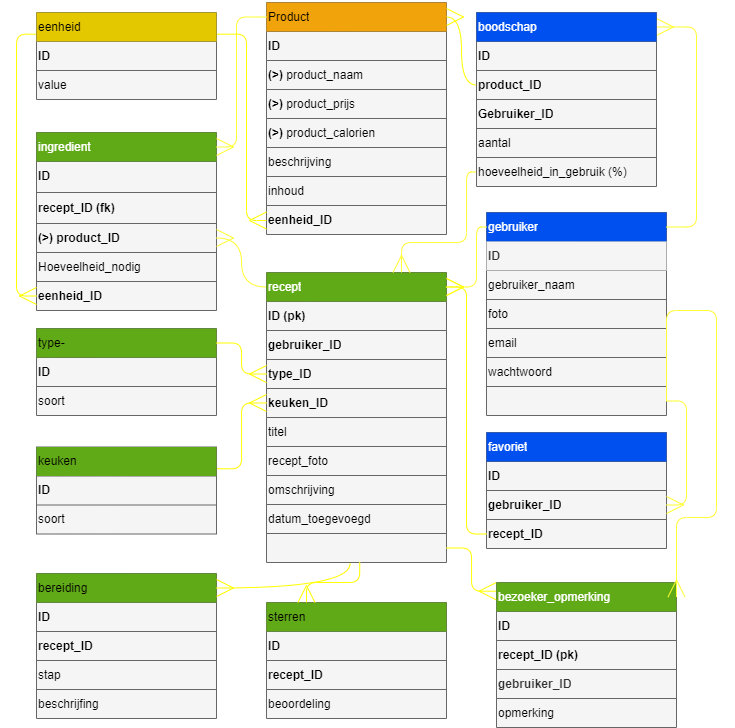
Above: erdcopy.drawio.png in Brian-Boersen/educom-verrukkulluk-1678802972 (draw.io), before the change. Source tidied: cells renumbered, new cells last; positions are measured from the earlier drawing's top-left corner, leaving out a move shared by most shapes.
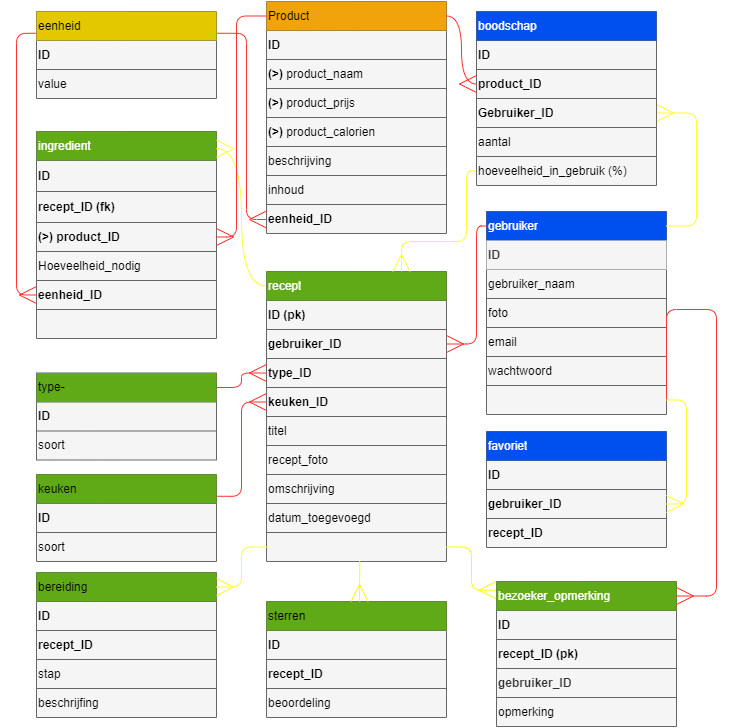
Above is the later version.

Commit message:
color change of erd

Change to the diagram source:
```diff
@@ -99,7 +99,7 @@
       <mxGeometry width="180" height="29" as="geometry" />
     </mxCell>
     <mxCell id="34" style="shape=table;startSize=0;fillColor=#f5f5f5;fontColor=#000000;strokeColor=#666666;align=left;fontStyle=0;" parent="1" vertex="1">
-      <mxGeometry x="20" y="130" width="180" height="178" as="geometry" />
+      <mxGeometry x="20" y="130" width="180" height="207" as="geometry" />
     </mxCell>
     <mxCell id="35" style="shape=tableRow;horizontal=0;startSize=0;swimlaneHead=0;swimlaneBody=0;top=0;left=0;bottom=0;right=0;fillColor=none;points=[[0,0.5],[1,0.5]];portConstraint=eastwest;fontColor=#000000;align=left;" parent="34" vertex="1">
       <mxGeometry width="180" height="29" as="geometry" />
@@ -137,6 +137,12 @@
     <mxCell id="46" value="eenheid_ID" style="shape=partialRectangle;html=1;whiteSpace=wrap;overflow=hidden;fillColor=none;top=0;left=0;bottom=0;right=0;fontColor=#000000;align=left;fontStyle=1;" parent="45" vertex="1">
       <mxGeometry width="180" height="29" as="geometry" />
     </mxCell>
+    <mxCell id="160" style="shape=tableRow;horizontal=0;startSize=0;swimlaneHead=0;swimlaneBody=0;top=0;left=0;bottom=0;right=0;fillColor=none;fontColor=#000000;align=left;" parent="34" vertex="1">
+      <mxGeometry y="178" width="180" height="29" as="geometry" />
+    </mxCell>
+    <mxCell id="161" style="shape=partialRectangle;html=1;whiteSpace=wrap;overflow=hidden;fillColor=none;top=0;left=0;bottom=0;right=0;fontColor=#000000;align=left;fontStyle=1;" parent="160" vertex="1">
+      <mxGeometry width="180" height="29" as="geometry" />
+    </mxCell>
     <mxCell id="47" style="shape=table;startSize=0;fillColor=#f5f5f5;fontColor=#000000;strokeColor=#666666;align=left;" parent="1" vertex="1">
       <mxGeometry x="250" width="180" height="232" as="geometry" />
     </mxCell>
@@ -233,7 +239,7 @@
     <mxCell id="78" style="shape=partialRectangle;html=1;whiteSpace=wrap;overflow=hidden;fillColor=none;top=0;left=0;bottom=0;right=0;fontColor=#000000;align=left;" parent="77" vertex="1">
       <mxGeometry width="180" height="29" as="geometry" />
     </mxCell>
-    <mxCell id="79" style="html=1;exitX=1;exitY=0.5;exitDx=0;exitDy=0;endArrow=ERmany;endFill=0;endSize=15;strokeColor=#FFFF33;shadow=0;edgeStyle=elbowEdgeStyle;" parent="1" edge="1" source="65" target="83">
+    <mxCell id="79" style="html=1;exitX=1;exitY=0.5;exitDx=0;exitDy=0;endArrow=ERmany;endFill=0;endSize=15;strokeColor=#FFFF33;shadow=0;edgeStyle=elbowEdgeStyle;entryX=1;entryY=0.5;entryDx=0;entryDy=0;" parent="1" edge="1" source="65" target="89">
       <mxGeometry relative="1" as="geometry">
         <Array as="points">
           <mxPoint x="680" y="130" />
@@ -249,9 +255,6 @@
         </Array>
       </mxGeometry>
     </mxCell>
-    <mxCell id="81" style="edgeStyle=orthogonalEdgeStyle;html=1;exitX=0;exitY=0.5;exitDx=0;exitDy=0;strokeColor=#FFFF00;endArrow=ERmany;endFill=0;endSize=15;entryX=1;entryY=0.5;entryDx=0;entryDy=0;curved=1;" parent="1" edge="1" source="87" target="48">
-      <mxGeometry relative="1" as="geometry" />
-    </mxCell>
     <mxCell id="82" style="shape=table;startSize=0;fillColor=#f5f5f5;fontColor=#000000;strokeColor=#666666;align=left;" parent="1" vertex="1">
       <mxGeometry x="460" y="10" width="180" height="174" as="geometry" />
     </mxCell>
@@ -291,35 +294,34 @@
     <mxCell id="94" value="hoeveelheid_in_gebruik (%)&amp;nbsp;" style="shape=partialRectangle;html=1;whiteSpace=wrap;overflow=hidden;fillColor=none;top=0;left=0;bottom=0;right=0;fontColor=#000000;align=left;" parent="93" vertex="1">
       <mxGeometry width="180" height="29" as="geometry" />
     </mxCell>
-    <mxCell id="95" style="edgeStyle=orthogonalEdgeStyle;html=1;shadow=0;strokeColor=#FFFF33;fontColor=#000000;endArrow=ERmany;endFill=0;endSize=15;entryX=1;entryY=0.5;entryDx=0;entryDy=0;curved=1;exitX=0;exitY=0.5;exitDx=0;exitDy=0;" parent="1" edge="1" source="3" target="41">
+    <mxCell id="95" style="edgeStyle=orthogonalEdgeStyle;html=1;shadow=0;strokeColor=#FFFF33;fontColor=#000000;endArrow=ERmany;endFill=0;endSize=15;entryX=1;entryY=0.083;entryDx=0;entryDy=0;curved=1;exitX=0;exitY=0.5;exitDx=0;exitDy=0;entryPerimeter=0;" parent="1" edge="1" source="3" target="34">
       <mxGeometry relative="1" as="geometry" />
     </mxCell>
-    <mxCell id="96" style="edgeStyle=orthogonalEdgeStyle;html=1;exitX=0;exitY=0.5;exitDx=0;exitDy=0;shadow=0;strokeColor=#FFFF33;fontColor=#000000;endArrow=ERmany;endFill=0;endSize=15;entryX=1;entryY=0.5;entryDx=0;entryDy=0;" parent="1" edge="1" source="65" target="3">
+    <mxCell id="96" style="edgeStyle=orthogonalEdgeStyle;html=1;exitX=0;exitY=0.5;exitDx=0;exitDy=0;shadow=0;strokeColor=#FF3333;fontColor=#000000;endArrow=ERmany;endFill=0;endSize=15;entryX=1;entryY=0.5;entryDx=0;entryDy=0;" parent="1" edge="1" source="65" target="7">
       <mxGeometry relative="1" as="geometry">
         <Array as="points">
-          <mxPoint x="460" y="224" />
-          <mxPoint x="460" y="284" />
+          <mxPoint x="460" y="225" />
+          <mxPoint x="460" y="343" />
         </Array>
       </mxGeometry>
     </mxCell>
-    <mxCell id="97" style="html=1;exitX=0;exitY=0.5;exitDx=0;exitDy=0;shadow=0;strokeColor=#FFFF33;fontColor=#000000;endArrow=ERmany;endFill=0;endSize=15;edgeStyle=orthogonalEdgeStyle;entryX=1;entryY=0.5;entryDx=0;entryDy=0;" parent="1" edge="1" source="48" target="35">
+    <mxCell id="97" style="html=1;exitX=0;exitY=0.5;exitDx=0;exitDy=0;shadow=0;strokeColor=#FF3333;fontColor=#000000;endArrow=ERmany;endFill=0;endSize=15;edgeStyle=orthogonalEdgeStyle;entryX=1;entryY=0.5;entryDx=0;entryDy=0;" parent="1" edge="1" source="48" target="41">
       <mxGeometry relative="1" as="geometry">
         <Array as="points">
-          <mxPoint x="220" y="14" />
-          <mxPoint x="220" y="144" />
+          <mxPoint x="220" y="15" />
+          <mxPoint x="220" y="236" />
         </Array>
       </mxGeometry>
     </mxCell>
     <mxCell id="98" style="edgeStyle=orthogonalEdgeStyle;html=1;exitX=0.373;exitY=1.01;exitDx=0;exitDy=0;entryX=0;entryY=0.5;entryDx=0;entryDy=0;shadow=0;strokeColor=#FFFF33;fontColor=#000000;endArrow=ERmany;endFill=0;endSize=15;exitPerimeter=0;" parent="1" edge="1" target="7">
       <mxGeometry relative="1" as="geometry" />
     </mxCell>
-    <mxCell id="99" style="html=1;shadow=0;strokeColor=#FFFF33;fontColor=#000000;endArrow=ERmany;endFill=0;endSize=15;edgeStyle=orthogonalEdgeStyle;entryX=1;entryY=0.5;entryDx=0;entryDy=0;exitX=1;exitY=0.5;exitDx=0;exitDy=0;" parent="1" edge="1" source="77" target="24">
+    <mxCell id="99" style="html=1;shadow=0;strokeColor=#FF3333;fontColor=#000000;endArrow=ERmany;endFill=0;endSize=15;edgeStyle=orthogonalEdgeStyle;entryX=1;entryY=0.5;entryDx=0;entryDy=0;exitX=1;exitY=0.5;exitDx=0;exitDy=0;" parent="1" edge="1" source="77" target="24">
       <mxGeometry relative="1" as="geometry">
         <Array as="points">
           <mxPoint x="650" y="308" />
           <mxPoint x="700" y="308" />
-          <mxPoint x="700" y="515" />
-          <mxPoint x="660" y="515" />
+          <mxPoint x="700" y="595" />
         </Array>
       </mxGeometry>
     </mxCell>
@@ -353,10 +355,10 @@
     <mxCell id="109" style="html=1;shadow=0;strokeColor=#FFFF33;fontColor=#000000;endArrow=ERmany;endFill=0;endSize=15;entryX=0;entryY=0.5;entryDx=0;entryDy=0;exitX=1;exitY=0.5;exitDx=0;exitDy=0;elbow=vertical;edgeStyle=orthogonalEdgeStyle;" parent="1" edge="1" source="x" target="24">
       <mxGeometry relative="1" as="geometry">
         <Array as="points">
-          <mxPoint x="440" y="545" />
-          <mxPoint x="440" y="645" />
-          <mxPoint x="290" y="645" />
-          <mxPoint x="290" y="745" />
+          <mxPoint x="230" y="545" />
+          <mxPoint x="230" y="645" />
+          <mxPoint x="80" y="645" />
+          <mxPoint x="80" y="745" />
         </Array>
       </mxGeometry>
     </mxCell>
@@ -369,7 +371,7 @@
       </mxGeometry>
     </mxCell>
     <mxCell id="111" style="shape=table;startSize=0;fillColor=#f5f5f5;fontColor=#000000;strokeColor=#666666;align=left;" parent="1" vertex="1">
-      <mxGeometry x="20" y="326" width="180" height="87" as="geometry" />
+      <mxGeometry x="20" y="371.5" width="180" height="87" as="geometry" />
     </mxCell>
     <mxCell id="112" style="shape=tableRow;horizontal=0;startSize=0;swimlaneHead=0;swimlaneBody=0;top=0;left=0;bottom=0;right=0;fillColor=none;points=[[0,0.5],[1,0.5]];portConstraint=eastwest;fontColor=#000000;align=left;" parent="111" vertex="1">
       <mxGeometry width="180" height="29" as="geometry" />
@@ -389,11 +391,11 @@
     <mxCell id="117" value="soort" style="shape=partialRectangle;html=1;whiteSpace=wrap;overflow=hidden;fillColor=none;top=0;left=0;bottom=0;right=0;fontColor=#000000;align=left;fontStyle=0;" parent="116" vertex="1">
       <mxGeometry width="180" height="29" as="geometry" />
     </mxCell>
-    <mxCell id="118" style="edgeStyle=orthogonalEdgeStyle;html=1;exitX=1;exitY=0.25;exitDx=0;exitDy=0;entryX=0;entryY=0.5;entryDx=0;entryDy=0;strokeColor=#FFFF00;endArrow=ERmany;endFill=0;endSize=15;elbow=vertical;" parent="1" edge="1" source="119" target="11">
+    <mxCell id="118" style="edgeStyle=orthogonalEdgeStyle;html=1;exitX=1;exitY=0.25;exitDx=0;exitDy=0;entryX=0;entryY=0.5;entryDx=0;entryDy=0;strokeColor=#FF3333;endArrow=ERmany;endFill=0;endSize=15;elbow=vertical;" parent="1" edge="1" source="119" target="11">
       <mxGeometry relative="1" as="geometry" />
     </mxCell>
     <mxCell id="119" style="shape=table;startSize=0;fillColor=#f5f5f5;fontColor=#000000;strokeColor=#666666;align=left;" parent="1" vertex="1">
-      <mxGeometry x="20" y="444.5" width="180" height="87" as="geometry" />
+      <mxGeometry x="20" y="473" width="180" height="87" as="geometry" />
     </mxCell>
     <mxCell id="120" style="shape=tableRow;horizontal=0;startSize=0;swimlaneHead=0;swimlaneBody=0;top=0;left=0;bottom=0;right=0;fillColor=none;fontColor=#000000;align=left;" parent="119" vertex="1">
       <mxGeometry width="180" height="29" as="geometry" />
@@ -440,8 +442,10 @@
     <mxCell id="134" value="beoordeling" style="shape=partialRectangle;html=1;whiteSpace=wrap;overflow=hidden;fillColor=none;top=0;left=0;bottom=0;right=0;fontColor=#000000;align=left;fontStyle=0;" parent="133" vertex="1">
       <mxGeometry width="180" height="29" as="geometry" />
     </mxCell>
-    <mxCell id="135" style="html=1;exitX=0.518;exitY=0.988;exitDx=0;exitDy=0;entryX=0.222;entryY=0;entryDx=0;entryDy=0;strokeColor=#FFFF00;endArrow=ERmany;endFill=0;endSize=15;elbow=vertical;exitPerimeter=0;entryPerimeter=0;edgeStyle=orthogonalEdgeStyle;" parent="1" edge="1" source="21" target="127">
-      <mxGeometry relative="1" as="geometry" />
+    <mxCell id="135" style="html=1;exitX=0.518;exitY=0.988;exitDx=0;exitDy=0;strokeColor=#FFFF00;endArrow=ERmany;endFill=0;endSize=15;elbow=vertical;exitPerimeter=0;" parent="1" edge="1" source="21">
+      <mxGeometry relative="1" as="geometry">
+        <mxPoint x="343" y="600" as="targetPoint" />
+      </mxGeometry>
     </mxCell>
     <mxCell id="136" style="shape=table;startSize=0;fillColor=#f5f5f5;fontColor=#000000;strokeColor=#666666;align=left;" parent="1" vertex="1">
       <mxGeometry x="20" y="571" width="180" height="145" as="geometry" />
@@ -476,16 +480,13 @@
     <mxCell id="146" value="beschrijfing" style="shape=partialRectangle;html=1;whiteSpace=wrap;overflow=hidden;fillColor=none;top=0;left=0;bottom=0;right=0;fontColor=#000000;align=left;fontStyle=0;" parent="145" vertex="1">
       <mxGeometry width="180" height="29" as="geometry" />
     </mxCell>
-    <mxCell id="147" style="edgeStyle=orthogonalEdgeStyle;curved=1;html=1;exitX=0.464;exitY=1.035;exitDx=0;exitDy=0;entryX=1;entryY=0.5;entryDx=0;entryDy=0;strokeColor=#FFFF00;endArrow=ERmany;endFill=0;endSize=15;elbow=vertical;exitPerimeter=0;" parent="1" edge="1" source="21" target="137">
+    <mxCell id="147" style="edgeStyle=orthogonalEdgeStyle;html=1;exitX=0;exitY=0.5;exitDx=0;exitDy=0;entryX=1;entryY=0.5;entryDx=0;entryDy=0;strokeColor=#FFFF33;endArrow=ERmany;endFill=0;endSize=15;elbow=vertical;" parent="1" edge="1" source="21" target="137">
       <mxGeometry relative="1" as="geometry" />
     </mxCell>
     <mxCell id="148" style="html=1;exitX=1;exitY=0.5;exitDx=0;exitDy=0;entryX=-0.003;entryY=0.06;entryDx=0;entryDy=0;strokeColor=#FFFF00;endArrow=ERmany;endFill=0;endSize=15;elbow=vertical;entryPerimeter=0;edgeStyle=orthogonalEdgeStyle;" parent="1" edge="1" source="21" target="23">
       <mxGeometry relative="1" as="geometry" />
     </mxCell>
-    <mxCell id="149" style="edgeStyle=orthogonalEdgeStyle;html=1;exitX=0;exitY=0.5;exitDx=0;exitDy=0;entryX=1;entryY=0.5;entryDx=0;entryDy=0;strokeColor=#FFFF00;endArrow=ERmany;endFill=0;endSize=15;elbow=vertical;" parent="1" edge="1" source="107" target="3">
-      <mxGeometry relative="1" as="geometry" />
-    </mxCell>
-    <mxCell id="150" style="edgeStyle=orthogonalEdgeStyle;html=1;exitX=1;exitY=0.25;exitDx=0;exitDy=0;strokeColor=#FFFF00;endArrow=ERmany;endFill=0;endSize=15;elbow=vertical;" parent="1" edge="1" source="152" target="62">
+    <mxCell id="150" style="edgeStyle=orthogonalEdgeStyle;html=1;exitX=1;exitY=0.25;exitDx=0;exitDy=0;strokeColor=#FF3333;endArrow=ERmany;endFill=0;endSize=15;elbow=vertical;" parent="1" edge="1" source="152" target="62">
       <mxGeometry relative="1" as="geometry">
         <Array as="points">
           <mxPoint x="230" y="32" />
@@ -493,7 +494,7 @@
         </Array>
       </mxGeometry>
     </mxCell>
-    <mxCell id="151" style="edgeStyle=orthogonalEdgeStyle;html=1;exitX=0;exitY=0.25;exitDx=0;exitDy=0;entryX=0;entryY=0.5;entryDx=0;entryDy=0;strokeColor=#FFFF00;endArrow=ERmany;endFill=0;endSize=15;elbow=vertical;" parent="1" edge="1" source="152" target="45">
+    <mxCell id="151" style="edgeStyle=orthogonalEdgeStyle;html=1;exitX=0;exitY=0.25;exitDx=0;exitDy=0;entryX=0;entryY=0.5;entryDx=0;entryDy=0;strokeColor=#FF3333;endArrow=ERmany;endFill=0;endSize=15;elbow=vertical;" parent="1" edge="1" source="152" target="45">
       <mxGeometry relative="1" as="geometry">
         <Array as="points">
           <mxPoint y="32" />
@@ -522,8 +523,11 @@
     <mxCell id="158" value="value" style="shape=partialRectangle;html=1;whiteSpace=wrap;overflow=hidden;fillColor=none;top=0;left=0;bottom=0;right=0;fontColor=#000000;align=left;fontStyle=0;" parent="157" vertex="1">
       <mxGeometry width="180" height="29" as="geometry" />
     </mxCell>
-    <mxCell id="159" style="edgeStyle=orthogonalEdgeStyle;html=1;exitX=1;exitY=0.5;exitDx=0;exitDy=0;strokeColor=#FFFF00;endArrow=ERmany;endFill=0;endSize=15;elbow=vertical;" parent="1" edge="1" source="112" target="9">
+    <mxCell id="159" style="edgeStyle=orthogonalEdgeStyle;html=1;exitX=1;exitY=0.5;exitDx=0;exitDy=0;strokeColor=#FF3333;endArrow=ERmany;endFill=0;endSize=15;elbow=vertical;" parent="1" edge="1" source="112" target="9">
       <mxGeometry relative="1" as="geometry" />
     </mxCell>
+    <mxCell id="162" style="edgeStyle=orthogonalEdgeStyle;curved=1;html=1;exitX=1;exitY=0.5;exitDx=0;exitDy=0;entryX=0;entryY=0.5;entryDx=0;entryDy=0;strokeColor=#FF3333;endArrow=ERmany;endFill=0;endSize=15;" parent="1" edge="1" source="48" target="87">
+      <mxGeometry relative="1" as="geometry" />
+    </mxCell>
   </root>
 </mxGraphModel>
```
